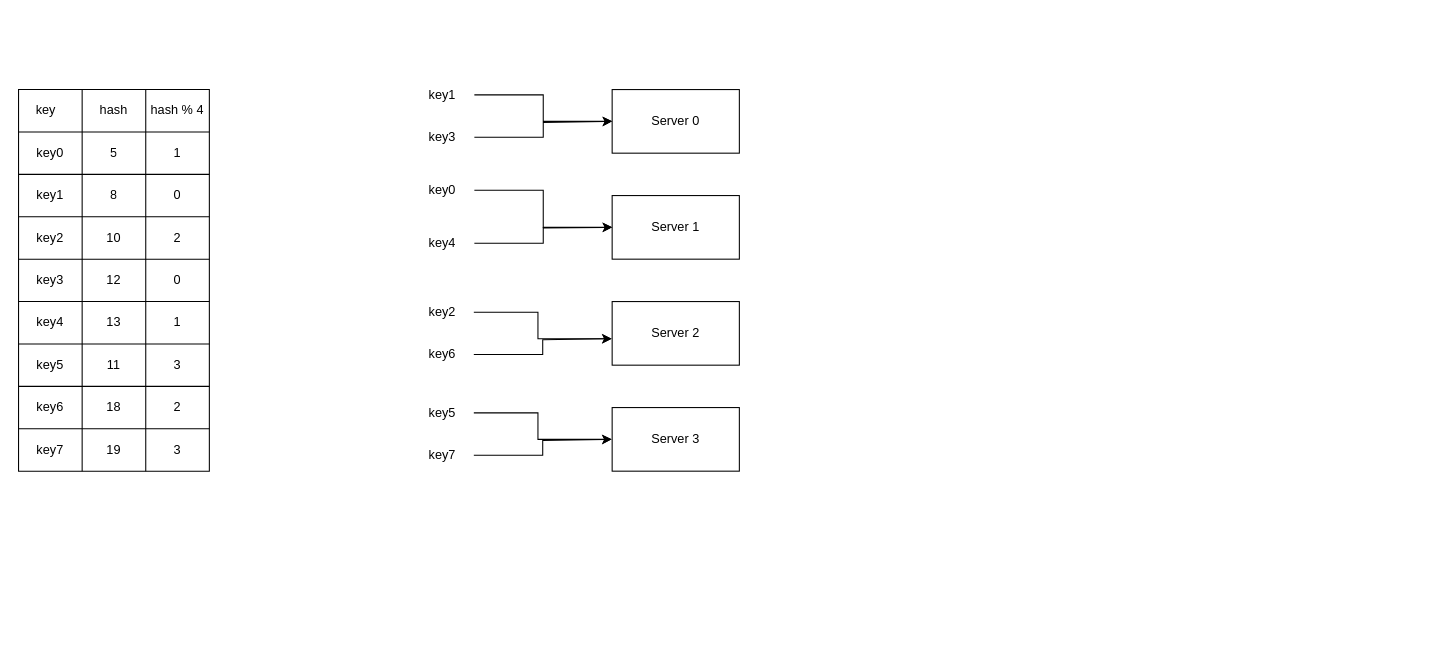
The draw.io diagram consistent_hashing.drawio in da0p/diagram-notes, before the edit. Source tidied: cells renumbered, new cells numbered last; positions are measured from the earlier drawing's top-left corner, leaving out a move shared by most shapes. Both pictures are drawn from the tidied source at 106%, with x=0, y=0 at pixel (18, 78).
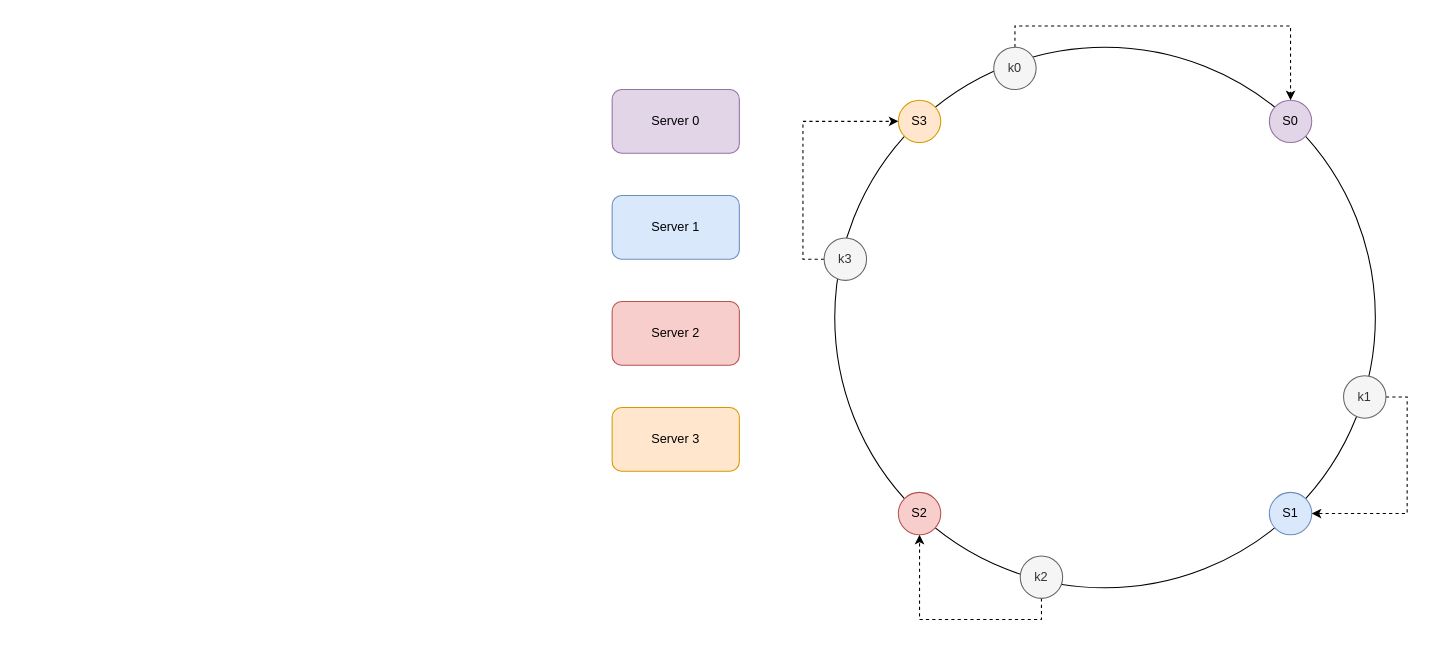
Above is the later version.

Change to the diagram source:
```diff
@@
-    <mxCell id="2" style="shape=table;startSize=0;childLayout=tableLayout;" parent="1" vertex="1">
-      <mxGeometry y="10" width="180" height="360" as="geometry" />
-    </mxCell>
-    <mxCell id="3" style="shape=tableRow;horizontal=0;startSize=0;swimlaneHead=0;swimlaneBody=0;strokeColor=inherit;top=0;left=0;bottom=0;right=0;fillColor=none;" parent="2" vertex="1">
-      <mxGeometry width="180" height="40" as="geometry" />
-    </mxCell>
-    <mxCell id="4" value="key&lt;span style=&quot;white-space: pre;&quot;&gt;&#9;&lt;/span&gt;" style="shape=partialRectangle;html=1;whiteSpace=wrap;strokeColor=inherit;overflow=hidden;fillColor=none;top=0;left=0;bottom=0;right=0;" parent="3" vertex="1">
-      <mxGeometry width="60" height="40" as="geometry" />
-    </mxCell>
-    <mxCell id="5" value="hash" style="shape=partialRectangle;html=1;whiteSpace=wrap;strokeColor=inherit;overflow=hidden;fillColor=none;top=0;left=0;bottom=0;right=0;" parent="3" vertex="1">
-      <mxGeometry x="60" width="60" height="40" as="geometry" />
-    </mxCell>
-    <mxCell id="6" value="hash % 4" style="shape=partialRectangle;html=1;whiteSpace=wrap;strokeColor=inherit;overflow=hidden;fillColor=none;top=0;left=0;bottom=0;right=0;" parent="3" vertex="1">
-      <mxGeometry x="120" width="60" height="40" as="geometry" />
-    </mxCell>
-    <mxCell id="7" style="shape=tableRow;horizontal=0;startSize=0;swimlaneHead=0;swimlaneBody=0;strokeColor=inherit;top=0;left=0;bottom=0;right=0;fillColor=none;" parent="2" vertex="1">
-      <mxGeometry y="40" width="180" height="40" as="geometry" />
-    </mxCell>
-    <mxCell id="8" value="key0" style="shape=partialRectangle;html=1;whiteSpace=wrap;strokeColor=inherit;overflow=hidden;fillColor=none;top=0;left=0;bottom=0;right=0;" parent="7" vertex="1">
-      <mxGeometry width="60" height="40" as="geometry" />
-    </mxCell>
-    <mxCell id="9" value="5" style="shape=partialRectangle;html=1;whiteSpace=wrap;strokeColor=inherit;overflow=hidden;fillColor=none;top=0;left=0;bottom=0;right=0;" parent="7" vertex="1">
-      <mxGeometry x="60" width="60" height="40" as="geometry" />
-    </mxCell>
-    <mxCell id="10" value="1" style="shape=partialRectangle;html=1;whiteSpace=wrap;strokeColor=inherit;overflow=hidden;fillColor=none;top=0;left=0;bottom=0;right=0;" parent="7" vertex="1">
-      <mxGeometry x="120" width="60" height="40" as="geometry" />
-    </mxCell>
-    <mxCell id="11" style="shape=tableRow;horizontal=0;startSize=0;swimlaneHead=0;swimlaneBody=0;strokeColor=inherit;top=0;left=0;bottom=0;right=0;fillColor=none;" parent="2" vertex="1">
-      <mxGeometry y="80" width="180" height="40" as="geometry" />
-    </mxCell>
-    <mxCell id="12" value="key1" style="shape=partialRectangle;html=1;whiteSpace=wrap;strokeColor=inherit;overflow=hidden;fillColor=none;top=0;left=0;bottom=0;right=0;" parent="11" vertex="1">
-      <mxGeometry width="60" height="40" as="geometry" />
-    </mxCell>
-    <mxCell id="13" value="8" style="shape=partialRectangle;html=1;whiteSpace=wrap;strokeColor=inherit;overflow=hidden;fillColor=none;top=0;left=0;bottom=0;right=0;" parent="11" vertex="1">
-      <mxGeometry x="60" width="60" height="40" as="geometry" />
-    </mxCell>
-    <mxCell id="14" value="0" style="shape=partialRectangle;html=1;whiteSpace=wrap;strokeColor=inherit;overflow=hidden;fillColor=none;top=0;left=0;bottom=0;right=0;" parent="11" vertex="1">
-      <mxGeometry x="120" width="60" height="40" as="geometry" />
-    </mxCell>
-    <mxCell id="15" style="shape=tableRow;horizontal=0;startSize=0;swimlaneHead=0;swimlaneBody=0;strokeColor=inherit;top=0;left=0;bottom=0;right=0;fillColor=none;" parent="2" vertex="1">
-      <mxGeometry y="120" width="180" height="40" as="geometry" />
-    </mxCell>
-    <mxCell id="16" value="key2" style="shape=partialRectangle;html=1;whiteSpace=wrap;strokeColor=inherit;overflow=hidden;fillColor=none;top=0;left=0;bottom=0;right=0;" parent="15" vertex="1">
-      <mxGeometry width="60" height="40" as="geometry" />
-    </mxCell>
-    <mxCell id="17" value="10" style="shape=partialRectangle;html=1;whiteSpace=wrap;strokeColor=inherit;overflow=hidden;fillColor=none;top=0;left=0;bottom=0;right=0;" parent="15" vertex="1">
-      <mxGeometry x="60" width="60" height="40" as="geometry" />
-    </mxCell>
-    <mxCell id="18" value="2" style="shape=partialRectangle;html=1;whiteSpace=wrap;strokeColor=inherit;overflow=hidden;fillColor=none;top=0;left=0;bottom=0;right=0;" parent="15" vertex="1">
-      <mxGeometry x="120" width="60" height="40" as="geometry" />
-    </mxCell>
-    <mxCell id="19" style="shape=tableRow;horizontal=0;startSize=0;swimlaneHead=0;swimlaneBody=0;strokeColor=inherit;top=0;left=0;bottom=0;right=0;fillColor=none;" parent="2" vertex="1">
-      <mxGeometry y="160" width="180" height="40" as="geometry" />
-    </mxCell>
-    <mxCell id="20" value="key3" style="shape=partialRectangle;html=1;whiteSpace=wrap;strokeColor=inherit;overflow=hidden;fillColor=none;top=0;left=0;bottom=0;right=0;" parent="19" vertex="1">
-      <mxGeometry width="60" height="40" as="geometry" />
-    </mxCell>
-    <mxCell id="21" value="12" style="shape=partialRectangle;html=1;whiteSpace=wrap;strokeColor=inherit;overflow=hidden;fillColor=none;top=0;left=0;bottom=0;right=0;" parent="19" vertex="1">
-      <mxGeometry x="60" width="60" height="40" as="geometry" />
-    </mxCell>
-    <mxCell id="22" value="0" style="shape=partialRectangle;html=1;whiteSpace=wrap;strokeColor=inherit;overflow=hidden;fillColor=none;top=0;left=0;bottom=0;right=0;" parent="19" vertex="1">
-      <mxGeometry x="120" width="60" height="40" as="geometry" />
-    </mxCell>
-    <mxCell id="23" style="shape=tableRow;horizontal=0;startSize=0;swimlaneHead=0;swimlaneBody=0;strokeColor=inherit;top=0;left=0;bottom=0;right=0;fillColor=none;" parent="2" vertex="1">
-      <mxGeometry y="200" width="180" height="40" as="geometry" />
-    </mxCell>
-    <mxCell id="24" value="key4" style="shape=partialRectangle;html=1;whiteSpace=wrap;strokeColor=inherit;overflow=hidden;fillColor=none;top=0;left=0;bottom=0;right=0;" parent="23" vertex="1">
-      <mxGeometry width="60" height="40" as="geometry" />
-    </mxCell>
-    <mxCell id="25" value="13" style="shape=partialRectangle;html=1;whiteSpace=wrap;strokeColor=inherit;overflow=hidden;fillColor=none;top=0;left=0;bottom=0;right=0;" parent="23" vertex="1">
-      <mxGeometry x="60" width="60" height="40" as="geometry" />
-    </mxCell>
-    <mxCell id="26" value="1" style="shape=partialRectangle;html=1;whiteSpace=wrap;strokeColor=inherit;overflow=hidden;fillColor=none;top=0;left=0;bottom=0;right=0;" parent="23" vertex="1">
-      <mxGeometry x="120" width="60" height="40" as="geometry" />
-    </mxCell>
-    <mxCell id="27" style="shape=tableRow;horizontal=0;startSize=0;swimlaneHead=0;swimlaneBody=0;strokeColor=inherit;top=0;left=0;bottom=0;right=0;fillColor=none;" parent="2" vertex="1">
-      <mxGeometry y="240" width="180" height="40" as="geometry" />
-    </mxCell>
-    <mxCell id="28" value="key5" style="shape=partialRectangle;html=1;whiteSpace=wrap;strokeColor=inherit;overflow=hidden;fillColor=none;top=0;left=0;bottom=0;right=0;" parent="27" vertex="1">
-      <mxGeometry width="60" height="40" as="geometry" />
-    </mxCell>
-    <mxCell id="29" value="11" style="shape=partialRectangle;html=1;whiteSpace=wrap;strokeColor=inherit;overflow=hidden;fillColor=none;top=0;left=0;bottom=0;right=0;" parent="27" vertex="1">
-      <mxGeometry x="60" width="60" height="40" as="geometry" />
-    </mxCell>
-    <mxCell id="30" value="3" style="shape=partialRectangle;html=1;whiteSpace=wrap;strokeColor=inherit;overflow=hidden;fillColor=none;top=0;left=0;bottom=0;right=0;" parent="27" vertex="1">
-      <mxGeometry x="120" width="60" height="40" as="geometry" />
-    </mxCell>
-    <mxCell id="31" style="shape=tableRow;horizontal=0;startSize=0;swimlaneHead=0;swimlaneBody=0;strokeColor=inherit;top=0;left=0;bottom=0;right=0;fillColor=none;" parent="2" vertex="1">
-      <mxGeometry y="280" width="180" height="40" as="geometry" />
-    </mxCell>
-    <mxCell id="32" value="key6" style="shape=partialRectangle;html=1;whiteSpace=wrap;strokeColor=inherit;overflow=hidden;fillColor=none;top=0;left=0;bottom=0;right=0;" parent="31" vertex="1">
-      <mxGeometry width="60" height="40" as="geometry" />
-    </mxCell>
-    <mxCell id="33" value="18" style="shape=partialRectangle;html=1;whiteSpace=wrap;strokeColor=inherit;overflow=hidden;fillColor=none;top=0;left=0;bottom=0;right=0;" parent="31" vertex="1">
-      <mxGeometry x="60" width="60" height="40" as="geometry" />
-    </mxCell>
-    <mxCell id="34" value="2" style="shape=partialRectangle;html=1;whiteSpace=wrap;strokeColor=inherit;overflow=hidden;fillColor=none;top=0;left=0;bottom=0;right=0;" parent="31" vertex="1">
-      <mxGeometry x="120" width="60" height="40" as="geometry" />
-    </mxCell>
-    <mxCell id="35" style="shape=tableRow;horizontal=0;startSize=0;swimlaneHead=0;swimlaneBody=0;strokeColor=inherit;top=0;left=0;bottom=0;right=0;fillColor=none;" parent="2" vertex="1">
-      <mxGeometry y="320" width="180" height="40" as="geometry" />
-    </mxCell>
-    <mxCell id="36" value="key7" style="shape=partialRectangle;html=1;whiteSpace=wrap;strokeColor=inherit;overflow=hidden;fillColor=none;top=0;left=0;bottom=0;right=0;" parent="35" vertex="1">
-      <mxGeometry width="60" height="40" as="geometry" />
-    </mxCell>
-    <mxCell id="37" value="19" style="shape=partialRectangle;html=1;whiteSpace=wrap;strokeColor=inherit;overflow=hidden;fillColor=none;top=0;left=0;bottom=0;right=0;" parent="35" vertex="1">
-      <mxGeometry x="60" width="60" height="40" as="geometry" />
-    </mxCell>
-    <mxCell id="38" value="3" style="shape=partialRectangle;html=1;whiteSpace=wrap;strokeColor=inherit;overflow=hidden;fillColor=none;top=0;left=0;bottom=0;right=0;" parent="35" vertex="1">
-      <mxGeometry x="120" width="60" height="40" as="geometry" />
-    </mxCell>
+    <mxCell id="59" style="ellipse;whiteSpace=wrap;html=1;" parent="1" vertex="1">
+      <mxGeometry x="770" y="-30" width="510" height="510" as="geometry" />
+    </mxCell>
-    <mxCell id="39" value="Server 0" style="rounded=0;whiteSpace=wrap;html=1;" parent="1" vertex="1">
+    <mxCell id="39" value="Server 0" style="rounded=1;whiteSpace=wrap;html=1;fillColor=#e1d5e7;strokeColor=#9673a6;" parent="1" vertex="1">
       <mxGeometry x="560" y="10" width="120" height="60" as="geometry" />
     </mxCell>
-    <mxCell id="40" value="Server 1" style="rounded=0;whiteSpace=wrap;html=1;" parent="1" vertex="1">
+    <mxCell id="40" value="Server 1" style="rounded=1;whiteSpace=wrap;html=1;fillColor=#dae8fc;strokeColor=#6c8ebf;" parent="1" vertex="1">
       <mxGeometry x="560" y="110" width="120" height="60" as="geometry" />
     </mxCell>
-    <mxCell id="41" value="Server 2" style="rounded=0;whiteSpace=wrap;html=1;" parent="1" vertex="1">
+    <mxCell id="41" value="Server 2" style="rounded=1;whiteSpace=wrap;html=1;fillColor=#f8cecc;strokeColor=#b85450;" parent="1" vertex="1">
       <mxGeometry x="560" y="210" width="120" height="60" as="geometry" />
     </mxCell>
-    <mxCell id="42" value="Server 3" style="rounded=0;whiteSpace=wrap;html=1;" parent="1" vertex="1">
+    <mxCell id="42" value="Server 3" style="rounded=1;whiteSpace=wrap;html=1;fillColor=#ffe6cc;strokeColor=#d79b00;" parent="1" vertex="1">
       <mxGeometry x="560" y="310" width="120" height="60" as="geometry" />
     </mxCell>
-    <mxCell id="43" style="edgeStyle=orthogonalEdgeStyle;rounded=0;jettySize=auto;html=1;exitX=1;exitY=0.5;exitDx=0;exitDy=0;entryX=0;entryY=0.5;entryDx=0;entryDy=0;" parent="1" edge="1" source="44" target="39">
-      <mxGeometry relative="1" as="geometry" />
-    </mxCell>
-    <mxCell id="44" value="key1" style="text;html=1;align=center;verticalAlign=middle;whiteSpace=wrap;rounded=0;" parent="1" vertex="1">
-      <mxGeometry x="370" width="60" height="30" as="geometry" />
-    </mxCell>
-    <mxCell id="45" style="edgeStyle=orthogonalEdgeStyle;rounded=0;jettySize=auto;html=1;exitX=1;exitY=0.5;exitDx=0;exitDy=0;" parent="1" edge="1" source="46">
-      <mxGeometry relative="1" as="geometry">
-        <mxPoint x="560" y="40" as="targetPoint" />
-        <Array as="points">
-          <mxPoint x="495" y="55" />
-          <mxPoint x="495" y="41" />
-        </Array>
-      </mxGeometry>
-    </mxCell>
-    <mxCell id="46" value="key3" style="text;html=1;align=center;verticalAlign=middle;whiteSpace=wrap;rounded=0;" parent="1" vertex="1">
-      <mxGeometry x="370" y="40" width="60" height="30" as="geometry" />
-    </mxCell>
-    <mxCell id="47" style="edgeStyle=orthogonalEdgeStyle;rounded=0;jettySize=auto;html=1;exitX=1;exitY=0.5;exitDx=0;exitDy=0;entryX=0;entryY=0.5;entryDx=0;entryDy=0;" parent="1" edge="1" source="48" target="40">
-      <mxGeometry relative="1" as="geometry" />
-    </mxCell>
-    <mxCell id="48" value="key0" style="text;html=1;align=center;verticalAlign=middle;whiteSpace=wrap;rounded=0;" parent="1" vertex="1">
-      <mxGeometry x="370" y="90" width="60" height="30" as="geometry" />
-    </mxCell>
-    <mxCell id="49" style="edgeStyle=orthogonalEdgeStyle;rounded=0;jettySize=auto;html=1;" parent="1" edge="1" source="50">
-      <mxGeometry relative="1" as="geometry">
-        <mxPoint x="560" y="140" as="targetPoint" />
-      </mxGeometry>
-    </mxCell>
-    <mxCell id="50" value="key4" style="text;html=1;align=center;verticalAlign=middle;whiteSpace=wrap;rounded=0;" parent="1" vertex="1">
-      <mxGeometry x="370" y="140" width="60" height="30" as="geometry" />
-    </mxCell>
-    <mxCell id="51" style="edgeStyle=orthogonalEdgeStyle;rounded=0;jettySize=auto;html=1;exitX=1;exitY=0.5;exitDx=0;exitDy=0;entryX=0;entryY=0.5;entryDx=0;entryDy=0;" parent="1" edge="1" source="52">
-      <mxGeometry relative="1" as="geometry">
-        <mxPoint x="559.5" y="245" as="targetPoint" />
-        <Array as="points">
-          <mxPoint x="490" y="220" />
-          <mxPoint x="490" y="245" />
-        </Array>
-      </mxGeometry>
-    </mxCell>
-    <mxCell id="52" value="key2" style="text;html=1;align=center;verticalAlign=middle;whiteSpace=wrap;rounded=0;" parent="1" vertex="1">
-      <mxGeometry x="369.5" y="205" width="60" height="30" as="geometry" />
-    </mxCell>
-    <mxCell id="53" style="edgeStyle=orthogonalEdgeStyle;rounded=0;jettySize=auto;html=1;exitX=1;exitY=0.5;exitDx=0;exitDy=0;" parent="1" edge="1" source="54">
-      <mxGeometry relative="1" as="geometry">
-        <mxPoint x="559.5" y="245" as="targetPoint" />
-        <Array as="points">
-          <mxPoint x="494.5" y="260" />
-          <mxPoint x="494.5" y="246" />
-        </Array>
-      </mxGeometry>
-    </mxCell>
-    <mxCell id="54" value="key6" style="text;html=1;align=center;verticalAlign=middle;whiteSpace=wrap;rounded=0;" parent="1" vertex="1">
-      <mxGeometry x="369.5" y="245" width="60" height="30" as="geometry" />
-    </mxCell>
-    <mxCell id="55" style="edgeStyle=orthogonalEdgeStyle;rounded=0;jettySize=auto;html=1;exitX=1;exitY=0.5;exitDx=0;exitDy=0;entryX=0;entryY=0.5;entryDx=0;entryDy=0;" parent="1" edge="1" source="56">
-      <mxGeometry relative="1" as="geometry">
-        <mxPoint x="559.5" y="340" as="targetPoint" />
-        <Array as="points">
-          <mxPoint x="490" y="315" />
-          <mxPoint x="490" y="340" />
-        </Array>
-      </mxGeometry>
-    </mxCell>
-    <mxCell id="56" value="key5" style="text;html=1;align=center;verticalAlign=middle;whiteSpace=wrap;rounded=0;" parent="1" vertex="1">
-      <mxGeometry x="369.5" y="300" width="60" height="30" as="geometry" />
-    </mxCell>
-    <mxCell id="57" style="edgeStyle=orthogonalEdgeStyle;rounded=0;jettySize=auto;html=1;exitX=1;exitY=0.5;exitDx=0;exitDy=0;" parent="1" edge="1" source="58">
-      <mxGeometry relative="1" as="geometry">
-        <mxPoint x="559.5" y="340" as="targetPoint" />
-        <Array as="points">
-          <mxPoint x="494.5" y="355" />
-          <mxPoint x="494.5" y="341" />
-        </Array>
-      </mxGeometry>
-    </mxCell>
-    <mxCell id="58" value="key7" style="text;html=1;align=center;verticalAlign=middle;whiteSpace=wrap;rounded=0;" parent="1" vertex="1">
-      <mxGeometry x="369.5" y="340" width="60" height="30" as="geometry" />
-    </mxCell>
+    <mxCell id="60" value="S3" style="ellipse;whiteSpace=wrap;html=1;fillColor=#ffe6cc;strokeColor=#d79b00;" parent="1" vertex="1">
+      <mxGeometry x="830" y="20" width="40" height="40" as="geometry" />
+    </mxCell>
+    <mxCell id="61" value="S0" style="ellipse;whiteSpace=wrap;html=1;fillColor=#e1d5e7;strokeColor=#9673a6;" parent="1" vertex="1">
+      <mxGeometry x="1180" y="20" width="40" height="40" as="geometry" />
+    </mxCell>
+    <mxCell id="62" value="S1" style="ellipse;whiteSpace=wrap;html=1;fillColor=#dae8fc;strokeColor=#6c8ebf;" parent="1" vertex="1">
+      <mxGeometry x="1180" y="390" width="40" height="40" as="geometry" />
+    </mxCell>
+    <mxCell id="63" value="S2" style="ellipse;whiteSpace=wrap;html=1;fillColor=#f8cecc;strokeColor=#b85450;" parent="1" vertex="1">
+      <mxGeometry x="830" y="390" width="40" height="40" as="geometry" />
+    </mxCell>
+    <mxCell id="64" style="edgeStyle=orthogonalEdgeStyle;rounded=0;jettySize=auto;html=1;exitX=0.5;exitY=0;exitDx=0;exitDy=0;entryX=0.5;entryY=0;entryDx=0;entryDy=0;dashed=1;" parent="1" edge="1" source="65" target="61">
+      <mxGeometry relative="1" as="geometry" />
+    </mxCell>
+    <mxCell id="65" value="k0" style="ellipse;whiteSpace=wrap;html=1;fillColor=#f5f5f5;strokeColor=#666666;fontColor=#333333;" parent="1" vertex="1">
+      <mxGeometry x="920" y="-30" width="40" height="40" as="geometry" />
+    </mxCell>
+    <mxCell id="66" style="edgeStyle=orthogonalEdgeStyle;rounded=0;jettySize=auto;html=1;exitX=1;exitY=0.5;exitDx=0;exitDy=0;entryX=1;entryY=0.5;entryDx=0;entryDy=0;dashed=1;" parent="1" edge="1" source="67" target="62">
+      <mxGeometry relative="1" as="geometry" />
+    </mxCell>
+    <mxCell id="67" value="k1" style="ellipse;whiteSpace=wrap;html=1;fillColor=#f5f5f5;strokeColor=#666666;fontColor=#333333;" parent="1" vertex="1">
+      <mxGeometry x="1250" y="280" width="40" height="40" as="geometry" />
+    </mxCell>
+    <mxCell id="68" style="edgeStyle=orthogonalEdgeStyle;rounded=0;jettySize=auto;html=1;exitX=0.5;exitY=1;exitDx=0;exitDy=0;entryX=0.5;entryY=1;entryDx=0;entryDy=0;dashed=1;" parent="1" edge="1" source="69" target="63">
+      <mxGeometry relative="1" as="geometry" />
+    </mxCell>
+    <mxCell id="69" value="k2" style="ellipse;whiteSpace=wrap;html=1;fillColor=#f5f5f5;strokeColor=#666666;fontColor=#333333;" parent="1" vertex="1">
+      <mxGeometry x="945" y="450" width="40" height="40" as="geometry" />
+    </mxCell>
+    <mxCell id="70" style="edgeStyle=orthogonalEdgeStyle;rounded=0;jettySize=auto;html=1;exitX=0;exitY=0.5;exitDx=0;exitDy=0;entryX=0;entryY=0.5;entryDx=0;entryDy=0;dashed=1;" parent="1" edge="1" source="71" target="60">
+      <mxGeometry relative="1" as="geometry" />
+    </mxCell>
+    <mxCell id="71" value="k3" style="ellipse;whiteSpace=wrap;html=1;fillColor=#f5f5f5;strokeColor=#666666;fontColor=#333333;" parent="1" vertex="1">
+      <mxGeometry x="760" y="150" width="40" height="40" as="geometry" />
+    </mxCell>
```
